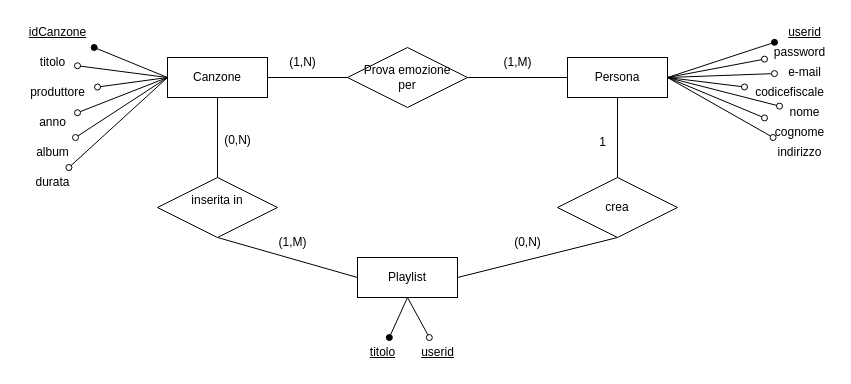
PierpaoloGuenzani/Lab.B keeps this draw.io diagram as doc/ModelloER.drawio. Above is the earlier version. Source tidied: cells renumbered, new cells numbered last; positions are measured from the earlier drawing's top-left corner, leaving out a move shared by most shapes. Both pictures are drawn from the tidied source at 100%, with x=0, y=0 at pixel (17, 17).
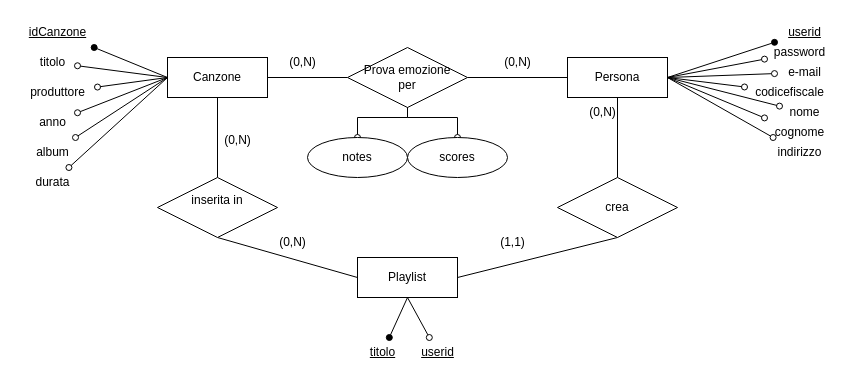
Above is the later version.

The change refers to these unchanged cells:
```xml
<mxCell id="10" value="&lt;div&gt;Prova emozione&lt;/div&gt;&lt;div&gt;per&lt;/div&gt;" style="shape=rhombus;perimeter=rhombusPerimeter;whiteSpace=wrap;html=1;align=center;" parent="1" vertex="1">
  <mxGeometry x="330" y="30" width="120" height="60" as="geometry" />
</mxCell>
```

Change to the diagram source:
```diff
@@
-    <mxCell id="39" value="(1,N)" style="text;html=1;align=center;verticalAlign=middle;strokeColor=none;fillColor=none;" parent="1" vertex="1">
+    <mxCell id="39" value="(0,N)" style="text;html=1;align=center;verticalAlign=middle;strokeColor=none;fillColor=none;" parent="1" vertex="1">
       <mxGeometry x="260" y="30" width="50" height="30" as="geometry" />
     </mxCell>
-    <mxCell id="40" value="(1,M)" style="text;html=1;align=center;verticalAlign=middle;strokeColor=none;fillColor=none;" parent="1" vertex="1">
+    <mxCell id="40" value="(0,N)" style="text;html=1;align=center;verticalAlign=middle;strokeColor=none;fillColor=none;" parent="1" vertex="1">
       <mxGeometry x="475" y="30" width="50" height="30" as="geometry" />
     </mxCell>
@@
-    <mxCell id="42" value="(1,M)" style="text;html=1;align=center;verticalAlign=middle;strokeColor=none;fillColor=none;" parent="1" vertex="1">
+    <mxCell id="42" value="(0,N)" style="text;html=1;align=center;verticalAlign=middle;strokeColor=none;fillColor=none;" parent="1" vertex="1">
       <mxGeometry x="250" y="210" width="50" height="30" as="geometry" />
     </mxCell>
@@
-    <mxCell id="46" value="1" style="text;html=1;align=center;verticalAlign=middle;strokeColor=none;fillColor=none;" parent="1" vertex="1">
-      <mxGeometry x="570" y="110" width="30" height="30" as="geometry" />
+    <mxCell id="46" value="(0,N)" style="text;html=1;align=center;verticalAlign=middle;strokeColor=none;fillColor=none;" parent="1" vertex="1">
+      <mxGeometry x="560" y="80" width="50" height="30" as="geometry" />
     </mxCell>
-    <mxCell id="47" value="(0,N)" style="text;html=1;align=center;verticalAlign=middle;strokeColor=none;fillColor=none;" parent="1" vertex="1">
-      <mxGeometry x="485" y="210" width="50" height="30" as="geometry" />
+    <mxCell id="47" value="(1,1)" style="text;html=1;align=center;verticalAlign=middle;strokeColor=none;fillColor=none;" parent="1" vertex="1">
+      <mxGeometry x="470" y="210" width="50" height="30" as="geometry" />
     </mxCell>
@@
+    <mxCell id="50" style="edgeStyle=orthogonalEdgeStyle;rounded=0;jettySize=auto;html=1;entryX=0.5;entryY=1;entryDx=0;entryDy=0;endArrow=none;endFill=0;startArrow=oval;startFill=0;" parent="1" edge="1" source="51" target="10">
+      <mxGeometry relative="1" as="geometry" />
+    </mxCell>
+    <mxCell id="51" value="notes" style="ellipse;whiteSpace=wrap;html=1;align=center;" parent="1" vertex="1">
+      <mxGeometry x="290" y="120" width="100" height="40" as="geometry" />
+    </mxCell>
+    <mxCell id="52" style="edgeStyle=orthogonalEdgeStyle;rounded=0;jettySize=auto;html=1;entryX=0.5;entryY=1;entryDx=0;entryDy=0;endArrow=none;endFill=0;startArrow=oval;startFill=0;" parent="1" edge="1" source="53" target="10">
+      <mxGeometry relative="1" as="geometry" />
+    </mxCell>
+    <mxCell id="53" value="scores" style="ellipse;whiteSpace=wrap;html=1;align=center;" parent="1" vertex="1">
+      <mxGeometry x="390" y="120" width="100" height="40" as="geometry" />
+    </mxCell>
```
